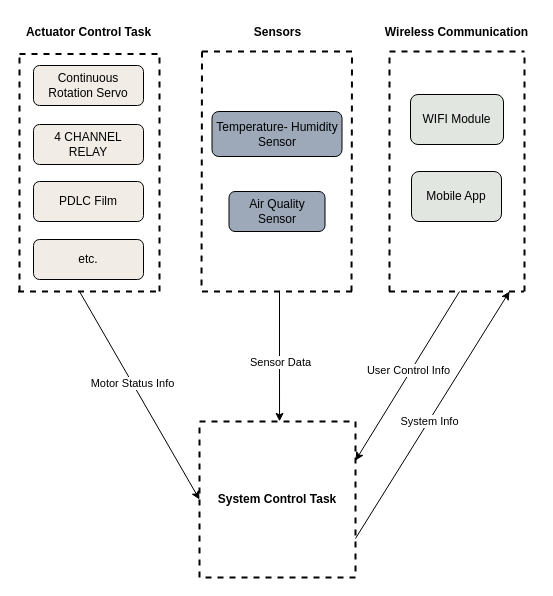
This is Part1.2_BlockDiagram.drawio from ese5160/final-project-a07g-a14g-t18-dualcore, a draw.io file, before an edit. Source tidied: cells renumbered, new cells numbered last; positions are measured from the earlier drawing's top-left corner, leaving out a move shared by most shapes. Both pictures are drawn from the tidied source at 100%, with x=0, y=0 at pixel (17, 16).
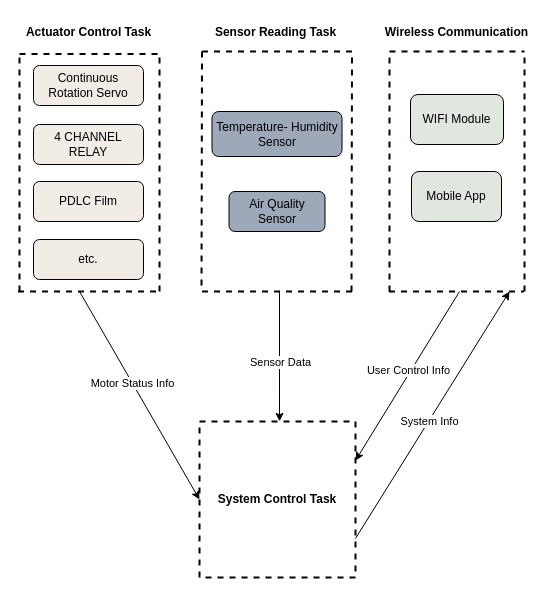
The same diagram, later.

The edit, as a diff of the source:
```diff
@@
-    <mxCell id="15" value="&lt;b&gt;Sensors&lt;/b&gt;" style="text;html=1;align=center;verticalAlign=middle;whiteSpace=wrap;rounded=0;" parent="1" vertex="1">
-      <mxGeometry x="220.7" y="0.5" width="78.5" height="30" as="geometry" />
+    <mxCell id="15" value="&lt;b&gt;Sensor Reading Task&lt;/b&gt;" style="text;html=1;align=center;verticalAlign=middle;whiteSpace=wrap;rounded=0;" parent="1" vertex="1">
+      <mxGeometry x="189" y="0.5" width="139" height="30" as="geometry" />
     </mxCell>
```
